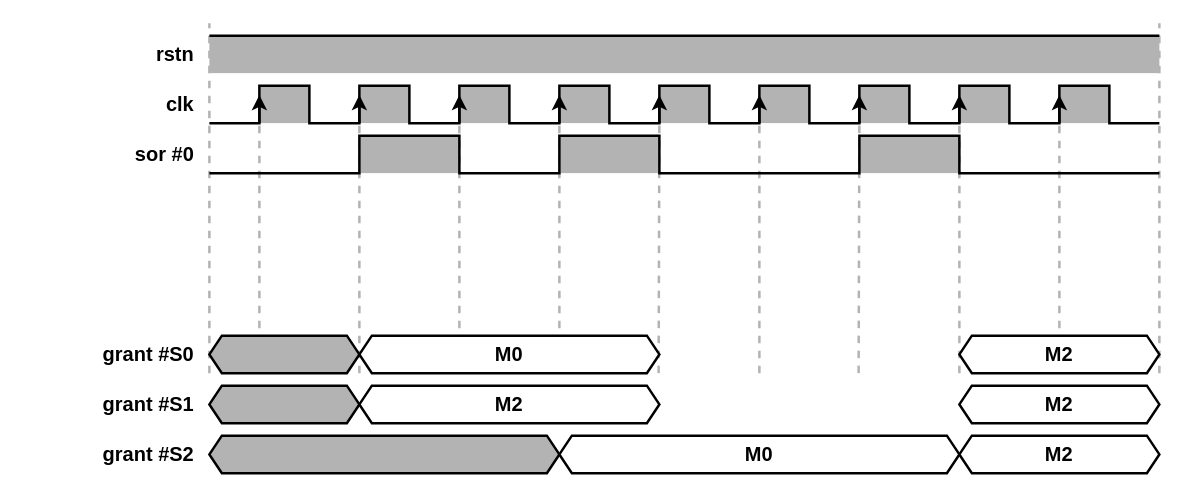
This is page "timing" (2 of 2) of docs/block_diagram/common/rr_arbiter/spmcu_rr_arbiter.drawio from thanhlong-xlink/snake, a draw.io file, before an edit. Source tidied: cells renumbered, new cells numbered last; positions are measured from the earlier drawing's top-left corner, leaving out a move shared by most shapes. Both pictures are drawn from the tidied source at 125%, with x=0, y=0 at pixel (21, 22).
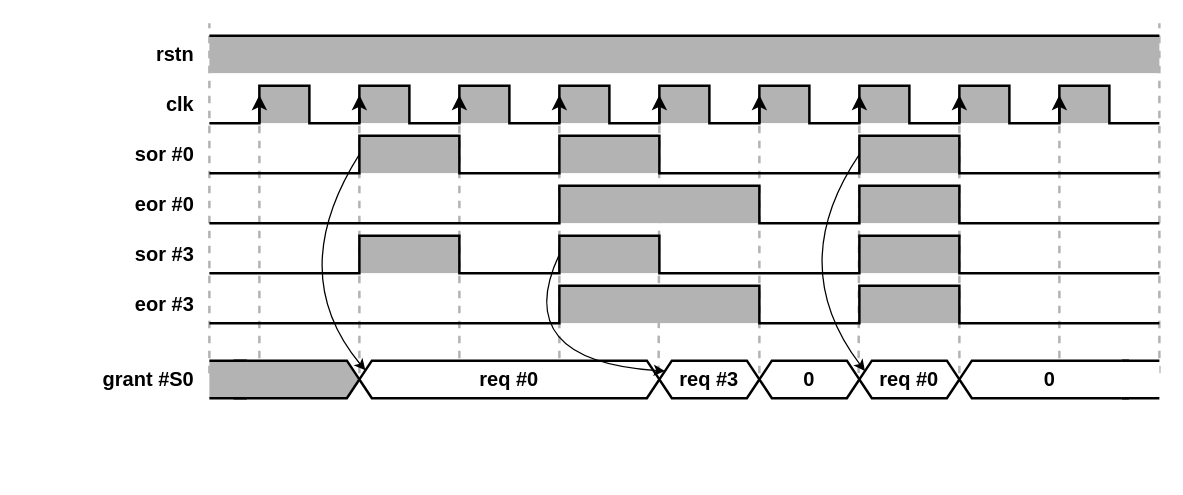
After the change.

Unchanged cells that the change refers to:
```xml
<mxCell id="6" style="rounded=0;whiteSpace=wrap;html=1;fillColor=#B3B3B3;strokeColor=none;fontSize=16;" parent="1" vertex="1">
  <mxGeometry x="670" y="90" width="80" height="30" as="geometry" />
</mxCell>
<mxCell id="7" style="rounded=0;whiteSpace=wrap;html=1;fillColor=#B3B3B3;strokeColor=none;fontSize=16;" parent="1" vertex="1">
  <mxGeometry x="270" y="90" width="80" height="30" as="geometry" />
</mxCell>
```

The edit, as a diff of the source:
```diff
@@
-    <mxCell id="39" value="grant #S1" style="text;html=1;whiteSpace=wrap;strokeColor=none;fillColor=none;align=right;verticalAlign=middle;rounded=0;fontStyle=1;fontSize=16;" parent="1" vertex="1">
-      <mxGeometry y="290" width="140" height="30" as="geometry" />
-    </mxCell>
-    <mxCell id="40" style="shape=hexagon;perimeter=hexagonPerimeter2;whiteSpace=wrap;html=1;shapeInside=1;fixedSize=1;size=10;strokeWidth=2;fillColor=#B3B3B3;fontSize=16;" parent="1" vertex="1">
-      <mxGeometry x="150" y="290" width="120" height="30" as="geometry" />
-    </mxCell>
-    <mxCell id="41" value="M2" style="shape=hexagon;perimeter=hexagonPerimeter2;whiteSpace=wrap;html=1;shapeInside=1;fixedSize=1;size=10;strokeWidth=2;fontSize=16;fontStyle=1;" parent="1" vertex="1">
-      <mxGeometry x="270" y="290" width="240" height="30" as="geometry" />
-    </mxCell>
@@
-    <mxCell id="44" value="M2" style="shape=hexagon;perimeter=hexagonPerimeter2;whiteSpace=wrap;html=1;shapeInside=1;fixedSize=1;size=10;strokeWidth=2;fontSize=16;fontStyle=1;" parent="1" vertex="1">
-      <mxGeometry x="750" y="290" width="160" height="30" as="geometry" />
-    </mxCell>
     <mxCell id="45" style="shape=hexagon;perimeter=hexagonPerimeter2;whiteSpace=wrap;html=1;shapeInside=1;fixedSize=1;size=10;strokeWidth=2;fillColor=#B3B3B3;fontSize=16;" parent="1" vertex="1">
-      <mxGeometry x="150" y="250" width="120" height="30" as="geometry" />
+      <mxGeometry x="160" y="270" width="110" height="30" as="geometry" />
     </mxCell>
-    <mxCell id="46" value="M0" style="shape=hexagon;perimeter=hexagonPerimeter2;whiteSpace=wrap;html=1;shapeInside=1;fixedSize=1;size=10;strokeWidth=2;fontSize=16;fontStyle=1;" parent="1" vertex="1">
-      <mxGeometry x="270" y="250" width="240" height="30" as="geometry" />
+    <mxCell id="46" value="req #0" style="shape=hexagon;perimeter=hexagonPerimeter2;whiteSpace=wrap;html=1;shapeInside=1;fixedSize=1;size=10;strokeWidth=2;fontSize=16;fontStyle=1;" parent="1" vertex="1">
+      <mxGeometry x="270" y="270" width="240" height="30" as="geometry" />
     </mxCell>
-    <mxCell id="47" value="M2" style="shape=hexagon;perimeter=hexagonPerimeter2;whiteSpace=wrap;html=1;shapeInside=1;fixedSize=1;size=10;strokeWidth=2;fontSize=16;fontStyle=1;" parent="1" vertex="1">
-      <mxGeometry x="750" y="250" width="160" height="30" as="geometry" />
-    </mxCell>
     <mxCell id="48" value="grant #S0" style="text;html=1;whiteSpace=wrap;strokeColor=none;fillColor=none;align=right;verticalAlign=middle;rounded=0;fontStyle=1;fontSize=16;" parent="1" vertex="1">
-      <mxGeometry y="250" width="140" height="30" as="geometry" />
+      <mxGeometry y="270" width="140" height="30" as="geometry" />
     </mxCell>
-    <mxCell id="49" style="shape=hexagon;perimeter=hexagonPerimeter2;whiteSpace=wrap;html=1;shapeInside=1;fixedSize=1;size=10;strokeWidth=2;fillColor=#B3B3B3;fontSize=16;" parent="1" vertex="1">
-      <mxGeometry x="150" y="330" width="280" height="30" as="geometry" />
-    </mxCell>
-    <mxCell id="50" value="M0" style="shape=hexagon;perimeter=hexagonPerimeter2;whiteSpace=wrap;html=1;shapeInside=1;fixedSize=1;size=10;strokeWidth=2;fontSize=16;fontStyle=1;" parent="1" vertex="1">
-      <mxGeometry x="430" y="330" width="320" height="30" as="geometry" />
-    </mxCell>
-    <mxCell id="51" value="M2" style="shape=hexagon;perimeter=hexagonPerimeter2;whiteSpace=wrap;html=1;shapeInside=1;fixedSize=1;size=10;strokeWidth=2;fontSize=16;fontStyle=1;" parent="1" vertex="1">
-      <mxGeometry x="750" y="330" width="160" height="30" as="geometry" />
-    </mxCell>
-    <mxCell id="52" value="grant #S2" style="text;html=1;whiteSpace=wrap;strokeColor=none;fillColor=none;align=right;verticalAlign=middle;rounded=0;fontStyle=1;fontSize=16;" parent="1" vertex="1">
-      <mxGeometry y="330" width="140" height="30" as="geometry" />
-    </mxCell>
+    <mxCell id="53" style="rounded=0;whiteSpace=wrap;html=1;fillColor=#B3B3B3;strokeColor=none;fontSize=16;" parent="1" vertex="1">
+      <mxGeometry x="430" y="130" width="160" height="30" as="geometry" />
+    </mxCell>
+    <mxCell id="54" style="rounded=0;whiteSpace=wrap;html=1;fillColor=#B3B3B3;strokeColor=none;fontSize=16;" parent="1" vertex="1">
+      <mxGeometry x="670" y="130" width="80" height="30" as="geometry" />
+    </mxCell>
+    <mxCell id="55" value="eor #0" style="text;html=1;whiteSpace=wrap;strokeColor=none;fillColor=none;align=right;verticalAlign=middle;rounded=0;fontStyle=1;fontSize=16;" parent="1" vertex="1">
+      <mxGeometry y="130" width="140" height="30" as="geometry" />
+    </mxCell>
+    <mxCell id="56" style="endArrow=none;html=1;rounded=0;strokeWidth=2;fontSize=16;" parent="1" edge="1">
+      <mxGeometry relative="1" as="geometry">
+        <mxPoint x="150" y="160" as="sourcePoint" />
+        <mxPoint x="910" y="160" as="targetPoint" />
+        <Array as="points">
+          <mxPoint x="430" y="160" />
+          <mxPoint x="430" y="130" />
+          <mxPoint x="590" y="130" />
+          <mxPoint x="590" y="160" />
+          <mxPoint x="670" y="160" />
+          <mxPoint x="670" y="130" />
+          <mxPoint x="750" y="130" />
+          <mxPoint x="750" y="160" />
+        </Array>
+      </mxGeometry>
+    </mxCell>
+    <mxCell id="57" style="rounded=0;whiteSpace=wrap;html=1;fillColor=#B3B3B3;strokeColor=none;fontSize=16;" parent="1" vertex="1">
+      <mxGeometry x="430" y="170" width="80" height="30" as="geometry" />
+    </mxCell>
+    <mxCell id="58" style="rounded=0;whiteSpace=wrap;html=1;fillColor=#B3B3B3;strokeColor=none;fontSize=16;" parent="1" vertex="1">
+      <mxGeometry x="670" y="170" width="80" height="30" as="geometry" />
+    </mxCell>
+    <mxCell id="59" style="rounded=0;whiteSpace=wrap;html=1;fillColor=#B3B3B3;strokeColor=none;fontSize=16;" parent="1" vertex="1">
+      <mxGeometry x="270" y="170" width="80" height="30" as="geometry" />
+    </mxCell>
+    <mxCell id="60" value="sor #3" style="text;html=1;whiteSpace=wrap;strokeColor=none;fillColor=none;align=right;verticalAlign=middle;rounded=0;fontStyle=1;fontSize=16;" parent="1" vertex="1">
+      <mxGeometry y="170" width="140" height="30" as="geometry" />
+    </mxCell>
+    <mxCell id="61" style="endArrow=none;html=1;rounded=0;strokeWidth=2;fontSize=16;" parent="1" edge="1">
+      <mxGeometry relative="1" as="geometry">
+        <mxPoint x="150" y="200" as="sourcePoint" />
+        <mxPoint x="910" y="200" as="targetPoint" />
+        <Array as="points">
+          <mxPoint x="270" y="200" />
+          <mxPoint x="270" y="170" />
+          <mxPoint x="350" y="170" />
+          <mxPoint x="350" y="200" />
+          <mxPoint x="430" y="200" />
+          <mxPoint x="430" y="170" />
+          <mxPoint x="510" y="170" />
+          <mxPoint x="510" y="200" />
+          <mxPoint x="670" y="200" />
+          <mxPoint x="670" y="170" />
+          <mxPoint x="750" y="170" />
+          <mxPoint x="750" y="200" />
+        </Array>
+      </mxGeometry>
+    </mxCell>
+    <mxCell id="62" style="rounded=0;whiteSpace=wrap;html=1;fillColor=#B3B3B3;strokeColor=none;fontSize=16;" parent="1" vertex="1">
+      <mxGeometry x="430" y="210" width="160" height="30" as="geometry" />
+    </mxCell>
+    <mxCell id="63" style="rounded=0;whiteSpace=wrap;html=1;fillColor=#B3B3B3;strokeColor=none;fontSize=16;" parent="1" vertex="1">
+      <mxGeometry x="670" y="210" width="80" height="30" as="geometry" />
+    </mxCell>
+    <mxCell id="64" value="eor #3" style="text;html=1;whiteSpace=wrap;strokeColor=none;fillColor=none;align=right;verticalAlign=middle;rounded=0;fontStyle=1;fontSize=16;" parent="1" vertex="1">
+      <mxGeometry y="210" width="140" height="30" as="geometry" />
+    </mxCell>
+    <mxCell id="65" style="endArrow=none;html=1;rounded=0;strokeWidth=2;fontSize=16;" parent="1" edge="1">
+      <mxGeometry relative="1" as="geometry">
+        <mxPoint x="150" y="240" as="sourcePoint" />
+        <mxPoint x="910" y="240" as="targetPoint" />
+        <Array as="points">
+          <mxPoint x="430" y="240" />
+          <mxPoint x="430" y="210" />
+          <mxPoint x="590" y="210" />
+          <mxPoint x="590" y="240" />
+          <mxPoint x="670" y="240" />
+          <mxPoint x="670" y="210" />
+          <mxPoint x="750" y="210" />
+          <mxPoint x="750" y="240" />
+        </Array>
+      </mxGeometry>
+    </mxCell>
+    <mxCell id="66" value="req #3" style="shape=hexagon;perimeter=hexagonPerimeter2;whiteSpace=wrap;html=1;shapeInside=1;fixedSize=1;size=10;strokeWidth=2;fontSize=16;fontStyle=1;" parent="1" vertex="1">
+      <mxGeometry x="510" y="270" width="80" height="30" as="geometry" />
+    </mxCell>
+    <mxCell id="67" style="endArrow=classic;html=1;rounded=0;curved=1;exitX=0;exitY=0.5;exitDx=0;exitDy=0;entryX=0;entryY=0.25;entryDx=0;entryDy=0;" parent="1" edge="1" source="7" target="46">
+      <mxGeometry relative="1" as="geometry">
+        <Array as="points">
+          <mxPoint x="210" y="200" />
+        </Array>
+      </mxGeometry>
+    </mxCell>
+    <mxCell id="68" style="endArrow=classic;html=1;rounded=0;curved=1;exitX=0;exitY=0.5;exitDx=0;exitDy=0;entryX=0;entryY=0.25;entryDx=0;entryDy=0;" parent="1" edge="1" source="57" target="66">
+      <mxGeometry relative="1" as="geometry">
+        <Array as="points">
+          <mxPoint x="390" y="270" />
+        </Array>
+      </mxGeometry>
+    </mxCell>
+    <mxCell id="69" value="req #0" style="shape=hexagon;perimeter=hexagonPerimeter2;whiteSpace=wrap;html=1;shapeInside=1;fixedSize=1;size=10;strokeWidth=2;fontSize=16;fontStyle=1;" parent="1" vertex="1">
+      <mxGeometry x="670" y="270" width="80" height="30" as="geometry" />
+    </mxCell>
+    <mxCell id="70" value="0" style="shape=hexagon;perimeter=hexagonPerimeter2;whiteSpace=wrap;html=1;shapeInside=1;fixedSize=1;size=10;strokeWidth=2;fontSize=16;fontStyle=1;" parent="1" vertex="1">
+      <mxGeometry x="590" y="270" width="80" height="30" as="geometry" />
+    </mxCell>
+    <mxCell id="71" style="endArrow=classic;html=1;rounded=0;curved=1;exitX=0;exitY=0.5;exitDx=0;exitDy=0;entryX=0;entryY=0.25;entryDx=0;entryDy=0;" parent="1" edge="1" source="6" target="69">
+      <mxGeometry relative="1" as="geometry">
+        <Array as="points">
+          <mxPoint x="610" y="193.6" />
+        </Array>
+      </mxGeometry>
+    </mxCell>
+    <mxCell id="72" value="0" style="shape=hexagon;perimeter=hexagonPerimeter2;whiteSpace=wrap;html=1;shapeInside=1;fixedSize=1;size=10;strokeWidth=2;fontSize=16;fontStyle=1;" parent="1" vertex="1">
+      <mxGeometry x="750" y="270" width="145" height="30" as="geometry" />
+    </mxCell>
+    <mxCell id="73" style="rounded=0;whiteSpace=wrap;html=1;strokeColor=none;fillColor=#B3B3B3;" parent="1" vertex="1">
+      <mxGeometry x="150" y="270" width="30" height="30" as="geometry" />
+    </mxCell>
+    <mxCell id="74" style="endArrow=none;html=1;rounded=0;strokeWidth=2;entryX=0;entryY=0;entryDx=0;entryDy=0;exitX=1;exitY=0;exitDx=0;exitDy=0;" parent="1" edge="1" source="73" target="73">
+      <mxGeometry relative="1" as="geometry" />
+    </mxCell>
+    <mxCell id="75" style="endArrow=none;html=1;rounded=0;strokeWidth=2;entryX=0;entryY=0;entryDx=0;entryDy=0;exitX=1;exitY=0;exitDx=0;exitDy=0;" parent="1" edge="1">
+      <mxGeometry relative="1" as="geometry">
+        <mxPoint x="180" y="300" as="sourcePoint" />
+        <mxPoint x="150" y="300" as="targetPoint" />
+      </mxGeometry>
+    </mxCell>
+    <mxCell id="76" style="rounded=0;whiteSpace=wrap;html=1;strokeColor=none;fillColor=default;" parent="1" vertex="1">
+      <mxGeometry x="880" y="270" width="30" height="30" as="geometry" />
+    </mxCell>
+    <mxCell id="77" style="endArrow=none;html=1;rounded=0;strokeWidth=2;entryX=0;entryY=0;entryDx=0;entryDy=0;exitX=1;exitY=0;exitDx=0;exitDy=0;" parent="1" edge="1" source="76" target="76">
+      <mxGeometry relative="1" as="geometry" />
+    </mxCell>
+    <mxCell id="78" style="endArrow=none;html=1;rounded=0;strokeWidth=2;entryX=0;entryY=0;entryDx=0;entryDy=0;exitX=1;exitY=0;exitDx=0;exitDy=0;" parent="1" edge="1">
+      <mxGeometry relative="1" as="geometry">
+        <mxPoint x="910" y="300" as="sourcePoint" />
+        <mxPoint x="880" y="300" as="targetPoint" />
+      </mxGeometry>
+    </mxCell>
```
